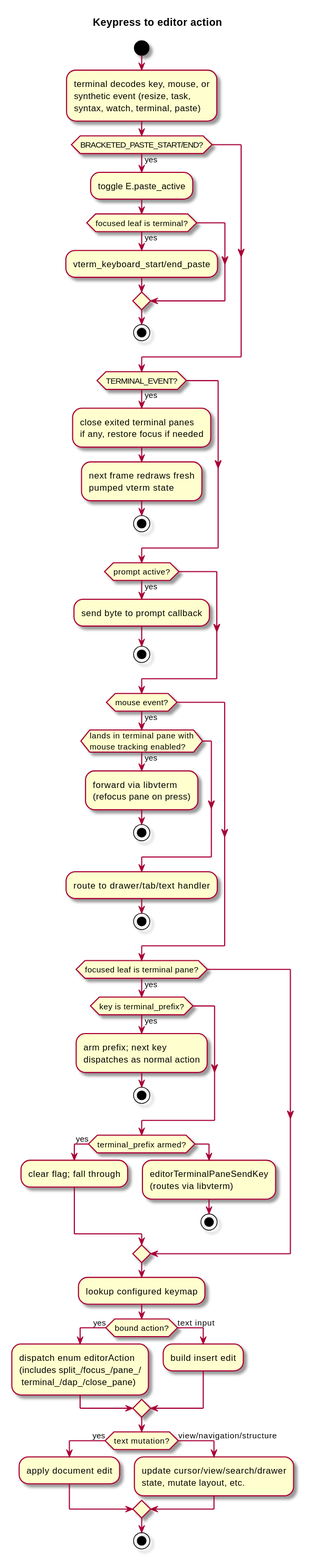
Above: docs/diagrams/svg/action-dispatch.svg in kokkoniemi/rotide (PlantUML), before the change. Its source is kept beside it as docs/diagrams/src/action-dispatch.puml.
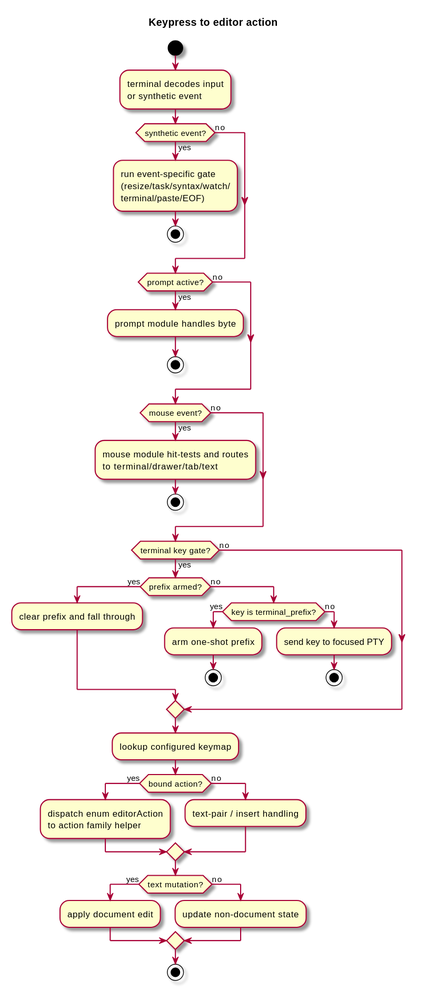
The same diagram one commit later.

What changed in the source:
```diff
@@ -4,63 +4,51 @@
 title Keypress to editor action
 
 start
-:terminal decodes key, mouse, or
-synthetic event (resize, task,
-syntax, watch, terminal, paste);
-if (BRACKETED_PASTE_START/END?) then (yes)
-	:toggle E.paste_active;
-	if (focused leaf is terminal?) then (yes)
-		:vterm_keyboard_start/end_paste;
-	endif
+:terminal decodes input
+or synthetic event;
+if (synthetic event?) then (yes)
+	:run event-specific gate
+(resize/task/syntax/watch/
+terminal/paste/EOF);
 	stop
-endif
-if (TERMINAL_EVENT?) then (yes)
-	:close exited terminal panes
-	if any, restore focus if needed;
-	:next frame redraws fresh
-	pumped vterm state;
-	stop
+else (no)
 endif
 if (prompt active?) then (yes)
-	:send byte to prompt callback;
+	:prompt module handles byte;
 	stop
+else (no)
 endif
 if (mouse event?) then (yes)
-	if (lands in terminal pane with\nmouse tracking enabled?) then (yes)
-		:forward via libvterm
-		(refocus pane on press);
-		stop
+	:mouse module hit-tests and routes
+to terminal/drawer/tab/text;
+	stop
+else (no)
+endif
+if (terminal key gate?) then (yes)
+	if (prefix armed?) then (yes)
+		:clear prefix and fall through;
+	else (no)
+		if (key is terminal_prefix?) then (yes)
+			:arm one-shot prefix;
+			stop
+		else (no)
+			:send key to focused PTY;
+			stop
+		endif
 	endif
-	:route to drawer/tab/text handler;
-	stop
-endif
-if (focused leaf is terminal pane?) then (yes)
-	if (key is terminal_prefix?) then (yes)
-		:arm prefix; next key
-		dispatches as normal action;
-		stop
-	endif
-	if (terminal_prefix armed?) then (yes)
-		:clear flag; fall through;
-	else
-		:editorTerminalPaneSendKey
-		(routes via libvterm);
-		stop
-	endif
+else (no)
 endif
 :lookup configured keymap;
 if (bound action?) then (yes)
 	:dispatch enum editorAction
-	(includes split_/focus_/pane_/
-	 terminal_/dap_/close_pane);
-else (text input)
-	:build insert edit;
+to action family helper;
+else (no)
+	:text-pair / insert handling;
 endif
 if (text mutation?) then (yes)
 	:apply document edit;
-else (view/navigation/structure)
-	:update cursor/view/search/drawer
-	state, mutate layout, etc.;
+else (no)
+	:update non-document state;
 endif
 stop
 
```
